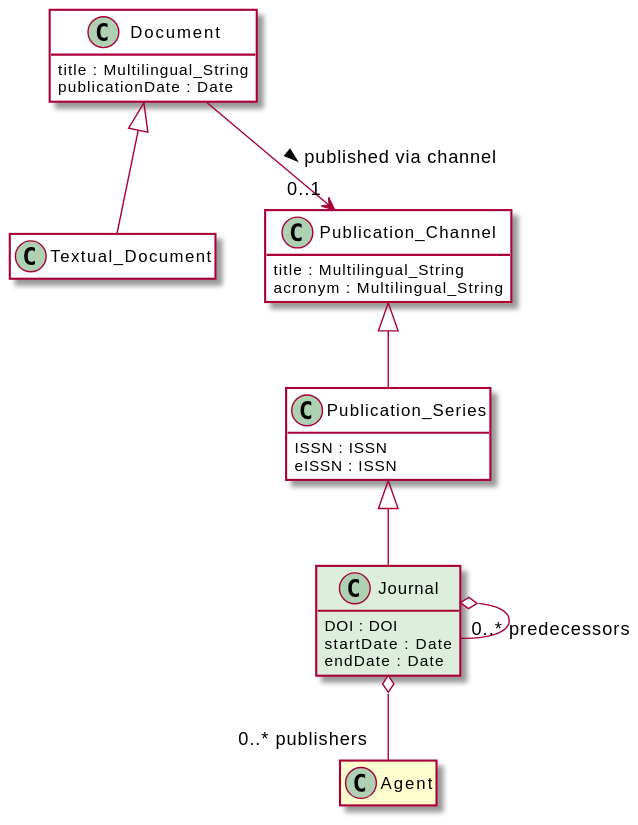
Above: diagrams/journalArticle.svg in EuroCRIS/CERIF-ScholarlyPublicationsModule (PlantUML), before the change.
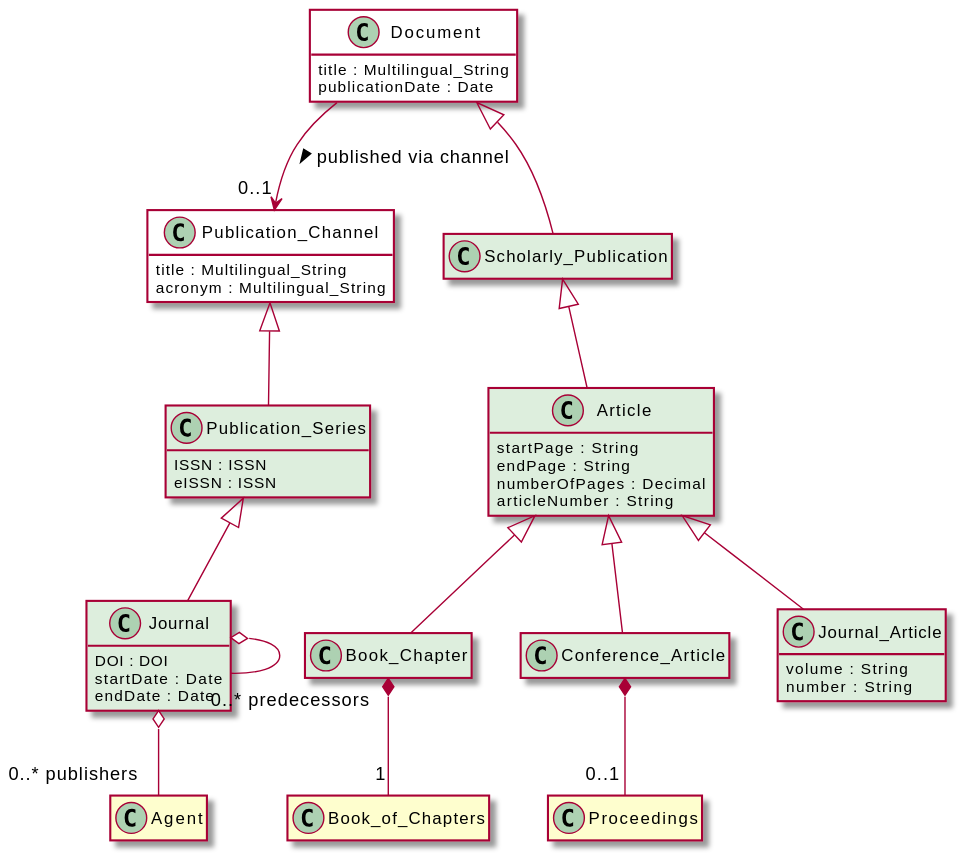
Above is the later version.

Commit message:
:rocket: adding generated diagrams

What changed in the source:
```diff
@@ -3,11 +3,12 @@
     !includesub ../../CERIF-Core/diagrams/core.puml!common
 
     !includesub ../../CERIF-Core/diagrams/core.puml!Document
-    !includesub ../../CERIF-Core/diagrams/core.puml!Textual_Document
 
 
     !includesub ../../CERIF-Core/diagrams/core.puml!Publication_Channel
     !includesub ./module.puml!Publication_Series
     !includesub ./module.puml!Journal
+    !includesub ./module.puml!Scholarly_Publication
+    !includesub ./module.puml!Article
 
 @enduml
```
